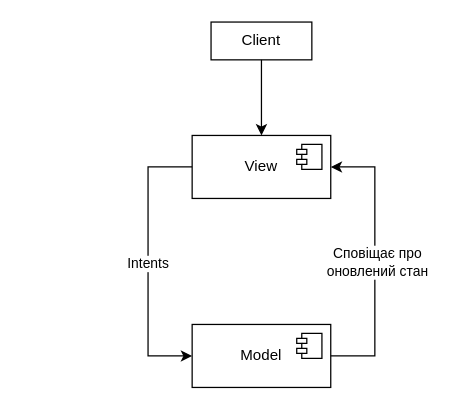
Earlier version of the draw.io diagram diagrams/architectural/1mvi.drawio (Vlas1d/BasePatterns). Source tidied: cells renumbered, new cells numbered last; positions are measured from the earlier drawing's top-left corner, leaving out a move shared by most shapes. Both pictures are drawn from the tidied source at 126%, with x=0, y=0 at pixel (147, 21).
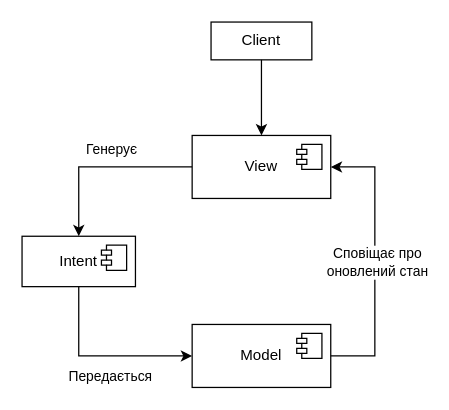
The same diagram, later.

Unchanged cells that the change refers to:
```xml
<mxCell id="2" value="Model" style="html=1;whiteSpace=wrap;" parent="1" vertex="1">
  <mxGeometry x="35" y="240" width="110" height="50" as="geometry" />
</mxCell>
<mxCell id="4" value="View" style="html=1;whiteSpace=wrap;" parent="1" vertex="1">
  <mxGeometry x="35" y="90" width="110" height="50" as="geometry" />
</mxCell>
```

What changed in the source:
```diff
@@
-    <mxCell id="8" style="endArrow=classic;html=1;rounded=0;" parent="1" edge="1" source="4" target="2">
-      <mxGeometry relative="1" as="geometry">
-        <Array as="points">
-          <mxPoint y="115" />
-          <mxPoint y="265" />
-        </Array>
-      </mxGeometry>
-    </mxCell>
-    <mxCell id="9" value="Intents" style="edgeLabel;html=1;align=center;verticalAlign=middle;" parent="8" vertex="1">
-      <mxGeometry x="-0.25" y="-1" relative="1" as="geometry">
-        <mxPoint y="28" as="offset" />
-      </mxGeometry>
-    </mxCell>
@@
+    <mxCell id="12" value="Intent" style="html=1;whiteSpace=wrap;" parent="1" vertex="1">
+      <mxGeometry x="-100" y="170" width="90" height="40" as="geometry" />
+    </mxCell>
+    <mxCell id="13" style="shape=module;jettyWidth=8;jettyHeight=4;" parent="12" vertex="1">
+      <mxGeometry x="1" width="20" height="20" relative="1" as="geometry">
+        <mxPoint x="-27" y="7" as="offset" />
+      </mxGeometry>
+    </mxCell>
+    <mxCell id="14" style="endArrow=classic;html=1;rounded=0;" parent="1" edge="1" source="4" target="12">
+      <mxGeometry relative="1" as="geometry">
+        <Array as="points">
+          <mxPoint x="-55" y="115" />
+        </Array>
+      </mxGeometry>
+    </mxCell>
+    <mxCell id="15" value="Генерує" style="edgeLabel;html=1;align=center;verticalAlign=middle;" parent="14" vertex="1">
+      <mxGeometry x="-0.14" relative="1" as="geometry">
+        <mxPoint x="-3" y="-15" as="offset" />
+      </mxGeometry>
+    </mxCell>
+    <mxCell id="16" style="endArrow=classic;html=1;rounded=0;" parent="1" edge="1" source="12" target="2">
+      <mxGeometry relative="1" as="geometry">
+        <Array as="points">
+          <mxPoint x="-55" y="265" />
+        </Array>
+      </mxGeometry>
+    </mxCell>
+    <mxCell id="17" value="Передається" style="edgeLabel;html=1;align=center;verticalAlign=middle;" parent="16" vertex="1">
+      <mxGeometry x="0.09" relative="1" as="geometry">
+        <mxPoint y="15" as="offset" />
+      </mxGeometry>
+    </mxCell>
```
